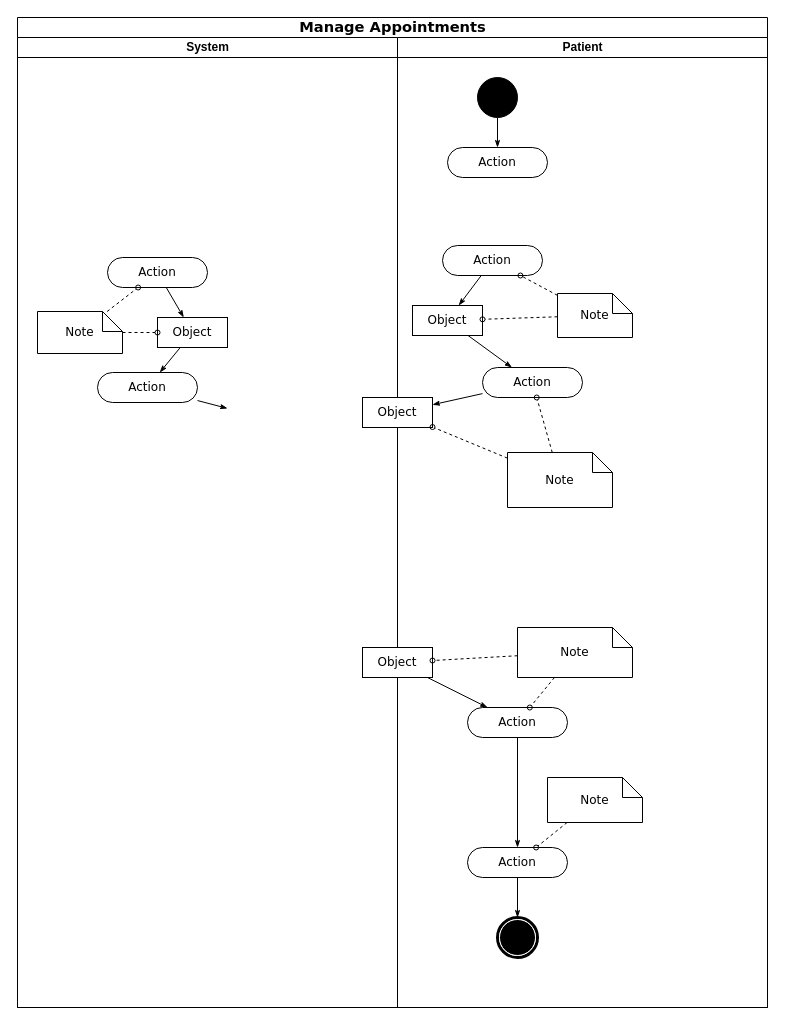
Earlier version of the draw.io diagram Untitled Diagram.drawio (ElisonaDoku-ENG/chess). Source tidied: cells renumbered, new cells numbered last; positions are measured from the earlier drawing's top-left corner, leaving out a move shared by most shapes. Both pictures are drawn from the tidied source at 100%, with x=0, y=0 at pixel (17, 17).
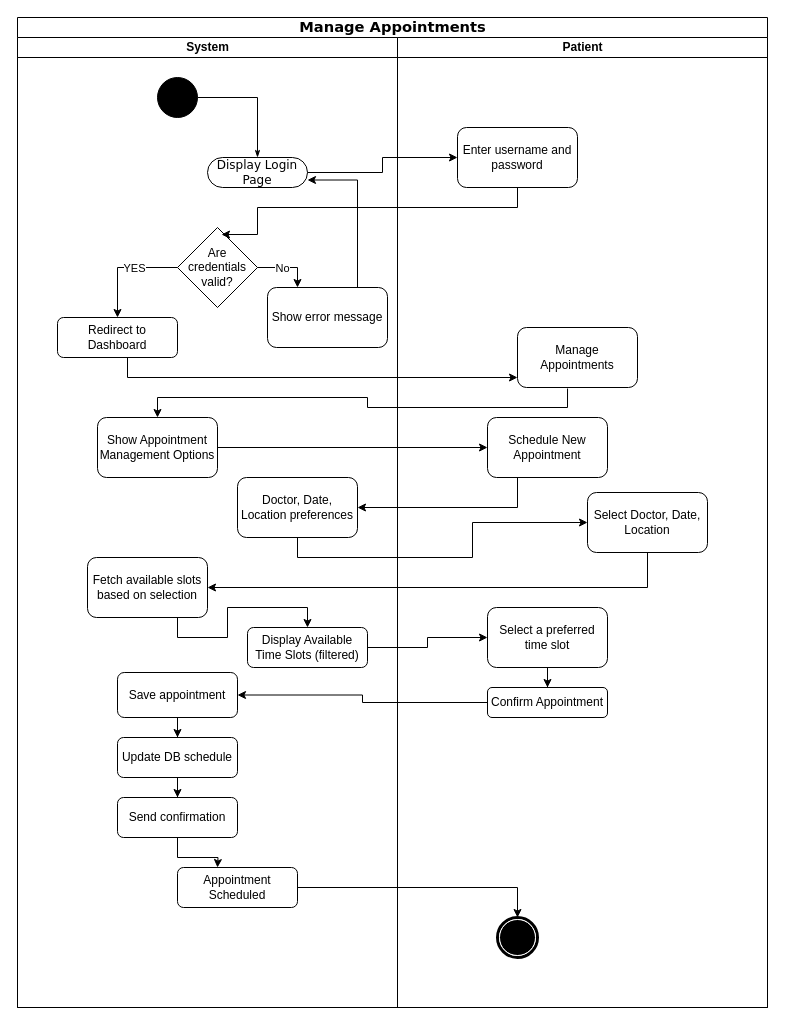
Above is the later version.

The change refers to these unchanged cells:
```xml
<mxCell id="2" value="&lt;span style=&quot;font-size:11.0pt;line-height:107%;&lt;br/&gt;font-family:&amp;quot;Arial&amp;quot;,sans-serif;mso-fareast-font-family:Calibri;mso-fareast-theme-font:&lt;br/&gt;minor-latin;mso-ansi-language:EN-US;mso-fareast-language:EN-US;mso-bidi-language:&lt;br/&gt;AR-SA&quot;&gt;Manage Appointments&lt;/span&gt;" style="swimlane;html=1;startSize=20;rounded=0;shadow=0;comic=0;labelBackgroundColor=none;strokeWidth=1;fontFamily=Verdana;fontSize=12;align=center;" parent="1" vertex="1">
  <mxGeometry width="750" height="990" as="geometry" />
</mxCell>
<mxCell id="3" value="System" style="swimlane;html=1;startSize=20;" parent="2" vertex="1">
  <mxGeometry y="20" width="380" height="970" as="geometry" />
</mxCell>
<mxCell id="30" style="shape=mxgraph.bpmn.shape;html=1;verticalLabelPosition=bottom;labelBackgroundColor=#ffffff;verticalAlign=top;perimeter=ellipsePerimeter;outline=end;symbol=terminate;rounded=0;shadow=0;comic=0;strokeWidth=1;fontFamily=Verdana;fontSize=12;align=center;" parent="13" vertex="1">
  <mxGeometry x="100" y="880" width="40" height="40" as="geometry" />
</mxCell>
```

What changed in the source:
```diff
@@
-    <mxCell id="4" style="edgeStyle=none;rounded=0;html=1;labelBackgroundColor=none;startArrow=none;startFill=0;startSize=5;endArrow=classicThin;endFill=1;endSize=5;jettySize=auto;strokeWidth=1;fontFamily=Verdana;fontSize=12;" parent="3" edge="1" source="5" target="8">
-      <mxGeometry relative="1" as="geometry" />
-    </mxCell>
-    <mxCell id="5" value="Action" style="rounded=1;whiteSpace=wrap;html=1;shadow=0;comic=0;labelBackgroundColor=none;strokeWidth=1;fontFamily=Verdana;fontSize=12;align=center;arcSize=50;" parent="3" vertex="1">
-      <mxGeometry x="90" y="220" width="100" height="30" as="geometry" />
-    </mxCell>
-    <mxCell id="6" value="Action" style="rounded=1;whiteSpace=wrap;html=1;shadow=0;comic=0;labelBackgroundColor=none;strokeWidth=1;fontFamily=Verdana;fontSize=12;align=center;arcSize=50;" parent="3" vertex="1">
-      <mxGeometry x="80" y="335" width="100" height="30" as="geometry" />
-    </mxCell>
-    <mxCell id="7" style="edgeStyle=none;rounded=0;html=1;labelBackgroundColor=none;startArrow=none;startFill=0;startSize=5;endArrow=classicThin;endFill=1;endSize=5;jettySize=auto;strokeWidth=1;fontFamily=Verdana;fontSize=12;" parent="3" edge="1" source="8" target="6">
-      <mxGeometry relative="1" as="geometry" />
-    </mxCell>
-    <mxCell id="8" value="Object" style="rounded=0;whiteSpace=wrap;html=1;shadow=0;comic=0;labelBackgroundColor=none;strokeWidth=1;fontFamily=Verdana;fontSize=12;align=center;arcSize=50;" parent="3" vertex="1">
-      <mxGeometry x="140" y="280" width="70" height="30" as="geometry" />
-    </mxCell>
-    <mxCell id="9" style="edgeStyle=none;rounded=0;html=1;labelBackgroundColor=none;startArrow=none;startFill=0;startSize=5;endArrow=oval;endFill=0;endSize=5;jettySize=auto;strokeWidth=1;fontFamily=Verdana;fontSize=12;dashed=1;" parent="3" edge="1" source="11" target="5">
-      <mxGeometry relative="1" as="geometry" />
-    </mxCell>
-    <mxCell id="10" style="edgeStyle=none;rounded=0;html=1;dashed=1;labelBackgroundColor=none;startArrow=none;startFill=0;startSize=5;endArrow=oval;endFill=0;endSize=5;jettySize=auto;strokeWidth=1;fontFamily=Verdana;fontSize=12;" parent="3" edge="1" source="11" target="8">
-      <mxGeometry relative="1" as="geometry" />
-    </mxCell>
-    <mxCell id="11" value="Note" style="shape=note;whiteSpace=wrap;html=1;rounded=0;shadow=0;comic=0;labelBackgroundColor=none;strokeWidth=1;fontFamily=Verdana;fontSize=12;align=center;size=20;" parent="3" vertex="1">
-      <mxGeometry x="20" y="274" width="85" height="42" as="geometry" />
-    </mxCell>
-    <mxCell id="12" style="edgeStyle=none;rounded=0;html=1;labelBackgroundColor=none;startArrow=none;startFill=0;startSize=5;endArrow=classicThin;endFill=1;endSize=5;jettySize=auto;strokeWidth=1;fontFamily=Verdana;fontSize=12;" parent="2" edge="1" source="6">
-      <mxGeometry relative="1" as="geometry">
-        <mxPoint x="210" y="390.9" as="targetPoint" />
-      </mxGeometry>
-    </mxCell>
-    <mxCell id="13" value="Patient" style="swimlane;html=1;startSize=20;" parent="2" vertex="1">
-      <mxGeometry x="380" y="20" width="370" height="970" as="geometry" />
-    </mxCell>
-    <mxCell id="14" style="edgeStyle=orthogonalEdgeStyle;rounded=0;html=1;labelBackgroundColor=none;startArrow=none;startFill=0;startSize=5;endArrow=classicThin;endFill=1;endSize=5;jettySize=auto;strokeWidth=1;fontFamily=Verdana;fontSize=12;" parent="13" edge="1" source="15" target="16">
-      <mxGeometry relative="1" as="geometry" />
-    </mxCell>
-    <mxCell id="15" style="ellipse;whiteSpace=wrap;html=1;rounded=0;shadow=0;comic=0;labelBackgroundColor=none;strokeWidth=1;fillColor=#000000;fontFamily=Verdana;fontSize=12;align=center;" parent="13" vertex="1">
-      <mxGeometry x="80" y="40" width="40" height="40" as="geometry" />
+    <mxCell id="15" style="ellipse;whiteSpace=wrap;html=1;rounded=0;shadow=0;comic=0;labelBackgroundColor=none;strokeWidth=1;fillColor=#000000;fontFamily=Verdana;fontSize=12;align=center;" parent="3" vertex="1">
+      <mxGeometry x="140" y="40" width="40" height="40" as="geometry" />
     </mxCell>
-    <mxCell id="16" value="Action" style="rounded=1;whiteSpace=wrap;html=1;shadow=0;comic=0;labelBackgroundColor=none;strokeWidth=1;fontFamily=Verdana;fontSize=12;align=center;arcSize=50;" parent="13" vertex="1">
-      <mxGeometry x="50" y="110" width="100" height="30" as="geometry" />
+    <mxCell id="16" value="Display Login Page" style="rounded=1;whiteSpace=wrap;html=1;shadow=0;comic=0;labelBackgroundColor=none;strokeWidth=1;fontFamily=Verdana;fontSize=12;align=center;arcSize=50;" parent="3" vertex="1">
+      <mxGeometry x="190" y="120" width="100" height="30" as="geometry" />
     </mxCell>
-    <mxCell id="17" style="rounded=0;html=1;labelBackgroundColor=none;startArrow=none;startFill=0;startSize=5;endArrow=classicThin;endFill=1;endSize=5;jettySize=auto;strokeWidth=1;fontFamily=Verdana;fontSize=12;" parent="13" edge="1" source="18" target="22">
-      <mxGeometry relative="1" as="geometry" />
-    </mxCell>
-    <mxCell id="18" value="Action" style="rounded=1;whiteSpace=wrap;html=1;shadow=0;comic=0;labelBackgroundColor=none;strokeWidth=1;fontFamily=Verdana;fontSize=12;align=center;arcSize=50;" parent="13" vertex="1">
-      <mxGeometry x="45" y="208" width="100" height="30" as="geometry" />
-    </mxCell>
-    <mxCell id="19" style="edgeStyle=none;rounded=0;html=1;labelBackgroundColor=none;startArrow=none;startFill=0;startSize=5;endArrow=classicThin;endFill=1;endSize=5;jettySize=auto;strokeWidth=1;fontFamily=Verdana;fontSize=12;" parent="13" edge="1" source="20" target="23">
-      <mxGeometry relative="1" as="geometry" />
-    </mxCell>
-    <mxCell id="20" value="Action" style="rounded=1;whiteSpace=wrap;html=1;shadow=0;comic=0;labelBackgroundColor=none;strokeWidth=1;fontFamily=Verdana;fontSize=12;align=center;arcSize=50;" parent="13" vertex="1">
-      <mxGeometry x="85" y="330" width="100" height="30" as="geometry" />
-    </mxCell>
-    <mxCell id="21" style="edgeStyle=none;rounded=0;html=1;labelBackgroundColor=none;startArrow=none;startFill=0;startSize=5;endArrow=classicThin;endFill=1;endSize=5;jettySize=auto;strokeWidth=1;fontFamily=Verdana;fontSize=12;" parent="13" edge="1" source="22" target="20">
-      <mxGeometry relative="1" as="geometry" />
-    </mxCell>
-    <mxCell id="22" value="Object" style="rounded=0;whiteSpace=wrap;html=1;shadow=0;comic=0;labelBackgroundColor=none;strokeWidth=1;fontFamily=Verdana;fontSize=12;align=center;arcSize=50;" parent="13" vertex="1">
-      <mxGeometry x="15" y="268" width="70" height="30" as="geometry" />
-    </mxCell>
-    <mxCell id="23" value="Object" style="rounded=0;whiteSpace=wrap;html=1;shadow=0;comic=0;labelBackgroundColor=none;strokeWidth=1;fontFamily=Verdana;fontSize=12;align=center;arcSize=50;" parent="13" vertex="1">
-      <mxGeometry x="-35" y="360" width="70" height="30" as="geometry" />
-    </mxCell>
-    <mxCell id="24" style="edgeStyle=none;rounded=0;html=1;labelBackgroundColor=none;startArrow=none;startFill=0;startSize=5;endArrow=classicThin;endFill=1;endSize=5;jettySize=auto;strokeWidth=1;fontFamily=Verdana;fontSize=12;" parent="13" edge="1" source="25" target="27">
-      <mxGeometry relative="1" as="geometry" />
-    </mxCell>
-    <mxCell id="25" value="Object" style="rounded=0;whiteSpace=wrap;html=1;shadow=0;comic=0;labelBackgroundColor=none;strokeWidth=1;fontFamily=Verdana;fontSize=12;align=center;arcSize=50;" parent="13" vertex="1">
-      <mxGeometry x="-35" y="610" width="70" height="30" as="geometry" />
-    </mxCell>
-    <mxCell id="26" style="edgeStyle=none;rounded=0;html=1;labelBackgroundColor=none;startArrow=none;startFill=0;startSize=5;endArrow=classicThin;endFill=1;endSize=5;jettySize=auto;strokeWidth=1;fontFamily=Verdana;fontSize=12;" parent="13" edge="1" source="27" target="29">
-      <mxGeometry relative="1" as="geometry" />
-    </mxCell>
-    <mxCell id="27" value="Action" style="rounded=1;whiteSpace=wrap;html=1;shadow=0;comic=0;labelBackgroundColor=none;strokeWidth=1;fontFamily=Verdana;fontSize=12;align=center;arcSize=50;" parent="13" vertex="1">
-      <mxGeometry x="70" y="670" width="100" height="30" as="geometry" />
-    </mxCell>
-    <mxCell id="28" style="edgeStyle=none;rounded=0;html=1;labelBackgroundColor=none;startArrow=none;startFill=0;startSize=5;endArrow=classicThin;endFill=1;endSize=5;jettySize=auto;strokeWidth=1;fontFamily=Verdana;fontSize=12;" parent="13" edge="1" source="29" target="30">
-      <mxGeometry relative="1" as="geometry" />
-    </mxCell>
-    <mxCell id="29" value="Action" style="rounded=1;whiteSpace=wrap;html=1;shadow=0;comic=0;labelBackgroundColor=none;strokeWidth=1;fontFamily=Verdana;fontSize=12;align=center;arcSize=50;" parent="13" vertex="1">
-      <mxGeometry x="70" y="810" width="100" height="30" as="geometry" />
-    </mxCell>
+    <mxCell id="14" style="edgeStyle=orthogonalEdgeStyle;rounded=0;html=1;labelBackgroundColor=none;startArrow=none;startFill=0;startSize=5;endArrow=classicThin;endFill=1;endSize=5;jettySize=auto;strokeWidth=1;fontFamily=Verdana;fontSize=12;" parent="3" edge="1" source="15" target="16">
+      <mxGeometry relative="1" as="geometry" />
+    </mxCell>
+    <mxCell id="42" value="Are credentials valid?" style="rhombus;whiteSpace=wrap;html=1;" parent="3" vertex="1">
+      <mxGeometry x="160" y="190" width="80" height="80" as="geometry" />
+    </mxCell>
+    <mxCell id="43" value="Redirect to Dashboard" style="rounded=1;whiteSpace=wrap;html=1;" parent="3" vertex="1">
+      <mxGeometry x="40" y="280" width="120" height="40" as="geometry" />
+    </mxCell>
+    <mxCell id="44" style="edgeStyle=orthogonalEdgeStyle;rounded=0;jettySize=auto;html=1;exitX=0;exitY=0.5;exitDx=0;exitDy=0;" parent="3" edge="1" source="42" target="43">
+      <mxGeometry relative="1" as="geometry" />
+    </mxCell>
+    <mxCell id="45" value="YES" style="edgeLabel;html=1;align=center;verticalAlign=middle;" parent="44" vertex="1">
+      <mxGeometry x="-0.2" relative="1" as="geometry" />
+    </mxCell>
+    <mxCell id="46" style="edgeStyle=orthogonalEdgeStyle;rounded=0;jettySize=auto;html=1;entryX=1;entryY=0.75;entryDx=0;entryDy=0;exitX=0.75;exitY=0;exitDx=0;exitDy=0;" parent="3" edge="1" source="47" target="16">
+      <mxGeometry relative="1" as="geometry">
+        <Array as="points">
+          <mxPoint x="340" y="143" />
+        </Array>
+      </mxGeometry>
+    </mxCell>
+    <mxCell id="47" value="Show error message" style="rounded=1;whiteSpace=wrap;html=1;" parent="3" vertex="1">
+      <mxGeometry x="250" y="250" width="120" height="60" as="geometry" />
+    </mxCell>
+    <mxCell id="48" style="edgeStyle=orthogonalEdgeStyle;rounded=0;jettySize=auto;html=1;entryX=0.25;entryY=0;entryDx=0;entryDy=0;" parent="3" edge="1" source="42" target="47">
+      <mxGeometry relative="1" as="geometry" />
+    </mxCell>
+    <mxCell id="49" value="No" style="edgeLabel;html=1;align=center;verticalAlign=middle;" parent="48" vertex="1">
+      <mxGeometry x="-0.2" relative="1" as="geometry" />
+    </mxCell>
+    <mxCell id="50" value="Fetch available slots based on selection" style="rounded=1;whiteSpace=wrap;html=1;" parent="3" vertex="1">
+      <mxGeometry x="70" y="520" width="120" height="60" as="geometry" />
+    </mxCell>
+    <mxCell id="51" value="Display Available Time Slots (filtered)" style="rounded=1;whiteSpace=wrap;html=1;" parent="3" vertex="1">
+      <mxGeometry x="230" y="590" width="120" height="40" as="geometry" />
+    </mxCell>
+    <mxCell id="52" style="edgeStyle=orthogonalEdgeStyle;rounded=0;jettySize=auto;html=1;exitX=0.75;exitY=1;exitDx=0;exitDy=0;" parent="3" edge="1" source="50" target="51">
+      <mxGeometry relative="1" as="geometry" />
+    </mxCell>
+    <mxCell id="53" value="Show Appointment Management Options" style="rounded=1;whiteSpace=wrap;html=1;" parent="3" vertex="1">
+      <mxGeometry x="80" y="380" width="120" height="60" as="geometry" />
+    </mxCell>
+    <mxCell id="54" value="Doctor, Date, Location preferences" style="rounded=1;whiteSpace=wrap;html=1;" parent="3" vertex="1">
+      <mxGeometry x="220" y="440" width="120" height="60" as="geometry" />
+    </mxCell>
+    <mxCell id="55" value="Update DB schedule" style="rounded=1;whiteSpace=wrap;html=1;" parent="3" vertex="1">
+      <mxGeometry x="100" y="700" width="120" height="40" as="geometry" />
+    </mxCell>
+    <mxCell id="56" value="Appointment Scheduled" style="rounded=1;whiteSpace=wrap;html=1;" parent="3" vertex="1">
+      <mxGeometry x="160" y="830" width="120" height="40" as="geometry" />
+    </mxCell>
+    <mxCell id="13" value="Patient" style="swimlane;html=1;startSize=20;" parent="2" vertex="1">
+      <mxGeometry x="380" y="20" width="370" height="970" as="geometry" />
+    </mxCell>
@@
-    <mxCell id="31" style="edgeStyle=none;rounded=0;html=1;dashed=1;labelBackgroundColor=none;startArrow=none;startFill=0;startSize=5;endArrow=oval;endFill=0;endSize=5;jettySize=auto;strokeWidth=1;fontFamily=Verdana;fontSize=12;" parent="13" edge="1" source="33" target="18">
-      <mxGeometry relative="1" as="geometry" />
-    </mxCell>
-    <mxCell id="32" style="edgeStyle=none;rounded=0;html=1;dashed=1;labelBackgroundColor=none;startArrow=none;startFill=0;startSize=5;endArrow=oval;endFill=0;endSize=5;jettySize=auto;strokeWidth=1;fontFamily=Verdana;fontSize=12;" parent="13" edge="1" source="33" target="22">
-      <mxGeometry relative="1" as="geometry" />
-    </mxCell>
-    <mxCell id="33" value="Note" style="shape=note;whiteSpace=wrap;html=1;rounded=0;shadow=0;comic=0;labelBackgroundColor=none;strokeWidth=1;fontFamily=Verdana;fontSize=12;align=center;size=20;" parent="13" vertex="1">
-      <mxGeometry x="160" y="256" width="75" height="44" as="geometry" />
-    </mxCell>
-    <mxCell id="34" style="edgeStyle=none;rounded=0;html=1;dashed=1;labelBackgroundColor=none;startArrow=none;startFill=0;startSize=5;endArrow=oval;endFill=0;endSize=5;jettySize=auto;strokeWidth=1;fontFamily=Verdana;fontSize=12;" parent="13" edge="1" source="36" target="20">
-      <mxGeometry relative="1" as="geometry" />
-    </mxCell>
-    <mxCell id="35" style="edgeStyle=none;rounded=0;html=1;dashed=1;labelBackgroundColor=none;startArrow=none;startFill=0;startSize=5;endArrow=oval;endFill=0;endSize=5;jettySize=auto;strokeWidth=1;fontFamily=Verdana;fontSize=12;" parent="13" edge="1" source="36" target="23">
-      <mxGeometry relative="1" as="geometry" />
-    </mxCell>
-    <mxCell id="36" value="Note" style="shape=note;whiteSpace=wrap;html=1;rounded=0;shadow=0;comic=0;labelBackgroundColor=none;strokeWidth=1;fontFamily=Verdana;fontSize=12;align=center;size=20;" parent="13" vertex="1">
-      <mxGeometry x="110" y="415" width="105" height="55" as="geometry" />
-    </mxCell>
-    <mxCell id="37" style="edgeStyle=none;rounded=0;html=1;dashed=1;labelBackgroundColor=none;startArrow=none;startFill=0;startSize=5;endArrow=oval;endFill=0;endSize=5;jettySize=auto;strokeWidth=1;fontFamily=Verdana;fontSize=12;" parent="13" edge="1" source="39" target="27">
-      <mxGeometry relative="1" as="geometry" />
-    </mxCell>
-    <mxCell id="38" style="edgeStyle=none;rounded=0;html=1;dashed=1;labelBackgroundColor=none;startArrow=none;startFill=0;startSize=5;endArrow=oval;endFill=0;endSize=5;jettySize=auto;strokeWidth=1;fontFamily=Verdana;fontSize=12;" parent="13" edge="1" source="39" target="25">
-      <mxGeometry relative="1" as="geometry" />
-    </mxCell>
-    <mxCell id="39" value="Note" style="shape=note;whiteSpace=wrap;html=1;rounded=0;shadow=0;comic=0;labelBackgroundColor=none;strokeWidth=1;fontFamily=Verdana;fontSize=12;align=center;size=20;" parent="13" vertex="1">
-      <mxGeometry x="120" y="590" width="115" height="50" as="geometry" />
-    </mxCell>
-    <mxCell id="40" style="edgeStyle=none;rounded=0;html=1;dashed=1;labelBackgroundColor=none;startArrow=none;startFill=0;startSize=5;endArrow=oval;endFill=0;endSize=5;jettySize=auto;strokeWidth=1;fontFamily=Verdana;fontSize=12;" parent="13" edge="1" source="41" target="29">
-      <mxGeometry relative="1" as="geometry" />
-    </mxCell>
-    <mxCell id="41" value="Note" style="shape=note;whiteSpace=wrap;html=1;rounded=0;shadow=0;comic=0;labelBackgroundColor=none;strokeWidth=1;fontFamily=Verdana;fontSize=12;align=center;size=20;" parent="13" vertex="1">
-      <mxGeometry x="150" y="740" width="95" height="45" as="geometry" />
-    </mxCell>
+    <mxCell id="57" value="Enter username and password" style="rounded=1;whiteSpace=wrap;html=1;" parent="13" vertex="1">
+      <mxGeometry x="60" y="90" width="120" height="60" as="geometry" />
+    </mxCell>
+    <mxCell id="58" value="Manage Appointments" style="rounded=1;whiteSpace=wrap;html=1;" parent="13" vertex="1">
+      <mxGeometry x="120" y="290" width="120" height="60" as="geometry" />
+    </mxCell>
+    <mxCell id="59" value="Schedule New Appointment" style="rounded=1;whiteSpace=wrap;html=1;" parent="13" vertex="1">
+      <mxGeometry x="90" y="380" width="120" height="60" as="geometry" />
+    </mxCell>
+    <mxCell id="60" value="Select Doctor, Date, Location" style="rounded=1;whiteSpace=wrap;html=1;" parent="13" vertex="1">
+      <mxGeometry x="190" y="455" width="120" height="60" as="geometry" />
+    </mxCell>
+    <mxCell id="61" value="Select a preferred time slot" style="rounded=1;whiteSpace=wrap;html=1;" parent="13" vertex="1">
+      <mxGeometry x="90" y="570" width="120" height="60" as="geometry" />
+    </mxCell>
+    <mxCell id="62" value="Confirm Appointment" style="rounded=1;whiteSpace=wrap;html=1;" parent="13" vertex="1">
+      <mxGeometry x="90" y="650" width="120" height="30" as="geometry" />
+    </mxCell>
+    <mxCell id="63" style="edgeStyle=orthogonalEdgeStyle;rounded=0;jettySize=auto;html=1;" parent="13" edge="1" source="61" target="62">
+      <mxGeometry relative="1" as="geometry" />
+    </mxCell>
+    <mxCell id="64" style="edgeStyle=orthogonalEdgeStyle;rounded=0;jettySize=auto;html=1;" parent="2" edge="1" source="16" target="57">
+      <mxGeometry relative="1" as="geometry" />
+    </mxCell>
+    <mxCell id="65" style="edgeStyle=orthogonalEdgeStyle;rounded=0;jettySize=auto;html=1;entryX=0.55;entryY=0.088;entryDx=0;entryDy=0;entryPerimeter=0;" parent="2" edge="1" source="57" target="42">
+      <mxGeometry relative="1" as="geometry">
+        <Array as="points">
+          <mxPoint x="500" y="190" />
+          <mxPoint x="240" y="190" />
+          <mxPoint x="240" y="217" />
+        </Array>
+      </mxGeometry>
+    </mxCell>
+    <mxCell id="66" style="edgeStyle=orthogonalEdgeStyle;rounded=0;jettySize=auto;html=1;exitX=0.5;exitY=1;exitDx=0;exitDy=0;" parent="2" edge="1" source="43" target="58">
+      <mxGeometry relative="1" as="geometry">
+        <Array as="points">
+          <mxPoint x="110" y="340" />
+          <mxPoint x="110" y="360" />
+          <mxPoint x="550" y="360" />
+        </Array>
+      </mxGeometry>
+    </mxCell>
+    <mxCell id="67" style="edgeStyle=orthogonalEdgeStyle;rounded=0;jettySize=auto;html=1;entryX=1;entryY=0.5;entryDx=0;entryDy=0;" parent="2" edge="1" source="60" target="50">
+      <mxGeometry relative="1" as="geometry">
+        <Array as="points">
+          <mxPoint x="630" y="570" />
+        </Array>
+      </mxGeometry>
+    </mxCell>
+    <mxCell id="68" style="edgeStyle=orthogonalEdgeStyle;rounded=0;jettySize=auto;html=1;" parent="2" edge="1" source="51" target="61">
+      <mxGeometry relative="1" as="geometry" />
+    </mxCell>
+    <mxCell id="69" style="edgeStyle=orthogonalEdgeStyle;rounded=0;jettySize=auto;html=1;exitX=0.417;exitY=1.017;exitDx=0;exitDy=0;exitPerimeter=0;" parent="2" edge="1" source="58" target="53">
+      <mxGeometry relative="1" as="geometry" />
+    </mxCell>
+    <mxCell id="70" style="edgeStyle=orthogonalEdgeStyle;rounded=0;jettySize=auto;html=1;" parent="2" edge="1" source="53" target="59">
+      <mxGeometry relative="1" as="geometry" />
+    </mxCell>
+    <mxCell id="71" style="edgeStyle=orthogonalEdgeStyle;rounded=0;jettySize=auto;html=1;exitX=0.25;exitY=1;exitDx=0;exitDy=0;" parent="2" edge="1" source="59" target="54">
+      <mxGeometry relative="1" as="geometry" />
+    </mxCell>
+    <mxCell id="72" style="edgeStyle=orthogonalEdgeStyle;rounded=0;jettySize=auto;html=1;exitX=0.5;exitY=1;exitDx=0;exitDy=0;" parent="2" edge="1" source="54" target="60">
+      <mxGeometry relative="1" as="geometry" />
+    </mxCell>
+    <mxCell id="73" style="edgeStyle=orthogonalEdgeStyle;rounded=0;jettySize=auto;html=1;" parent="2" edge="1" source="56" target="30">
+      <mxGeometry relative="1" as="geometry" />
+    </mxCell>
+    <mxCell id="74" style="edgeStyle=orthogonalEdgeStyle;rounded=0;jettySize=auto;html=1;" parent="1" edge="1" source="75" target="55">
+      <mxGeometry relative="1" as="geometry" />
+    </mxCell>
+    <mxCell id="75" value="Save appointment" style="rounded=1;whiteSpace=wrap;html=1;" parent="1" vertex="1">
+      <mxGeometry x="100" y="655" width="120" height="45" as="geometry" />
+    </mxCell>
+    <mxCell id="76" style="edgeStyle=orthogonalEdgeStyle;rounded=0;jettySize=auto;html=1;" parent="1" edge="1" source="62" target="75">
+      <mxGeometry relative="1" as="geometry" />
+    </mxCell>
+    <mxCell id="77" style="edgeStyle=orthogonalEdgeStyle;rounded=0;jettySize=auto;html=1;" parent="1" edge="1" source="78">
+      <mxGeometry relative="1" as="geometry">
+        <mxPoint x="200" y="850" as="targetPoint" />
+      </mxGeometry>
+    </mxCell>
+    <mxCell id="78" value="Send confirmation" style="rounded=1;whiteSpace=wrap;html=1;" parent="1" vertex="1">
+      <mxGeometry x="100" y="780" width="120" height="40" as="geometry" />
+    </mxCell>
+    <mxCell id="79" style="edgeStyle=orthogonalEdgeStyle;rounded=0;jettySize=auto;html=1;" parent="1" edge="1" source="55" target="78">
+      <mxGeometry relative="1" as="geometry" />
+    </mxCell>
```
